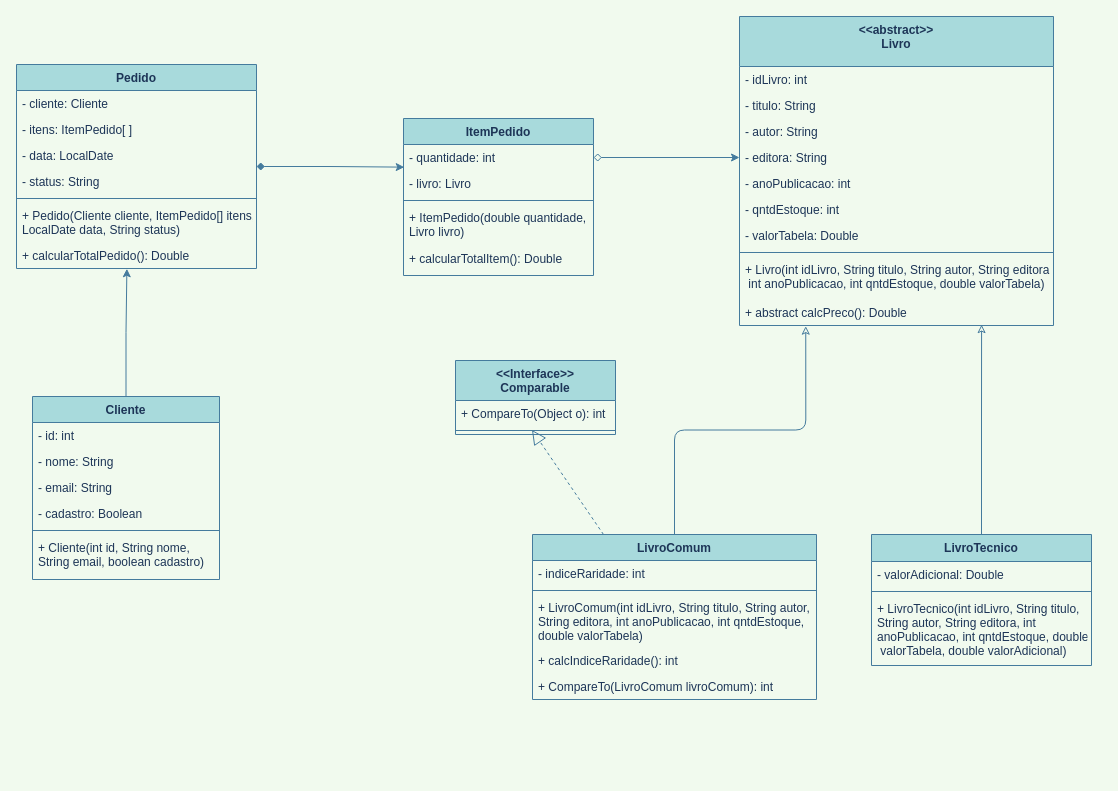
The draw.io diagram DiagramaUML/POO-Checkpoint-UML-Diagram.drawio in Silvanoeng/CheckpointPOO, before the edit. Source tidied: cells renumbered, new cells numbered last; positions are measured from the earlier drawing's top-left corner, leaving out a move shared by most shapes. Both pictures are drawn from the tidied source at 100%, with x=0, y=0 at pixel (16, 16).
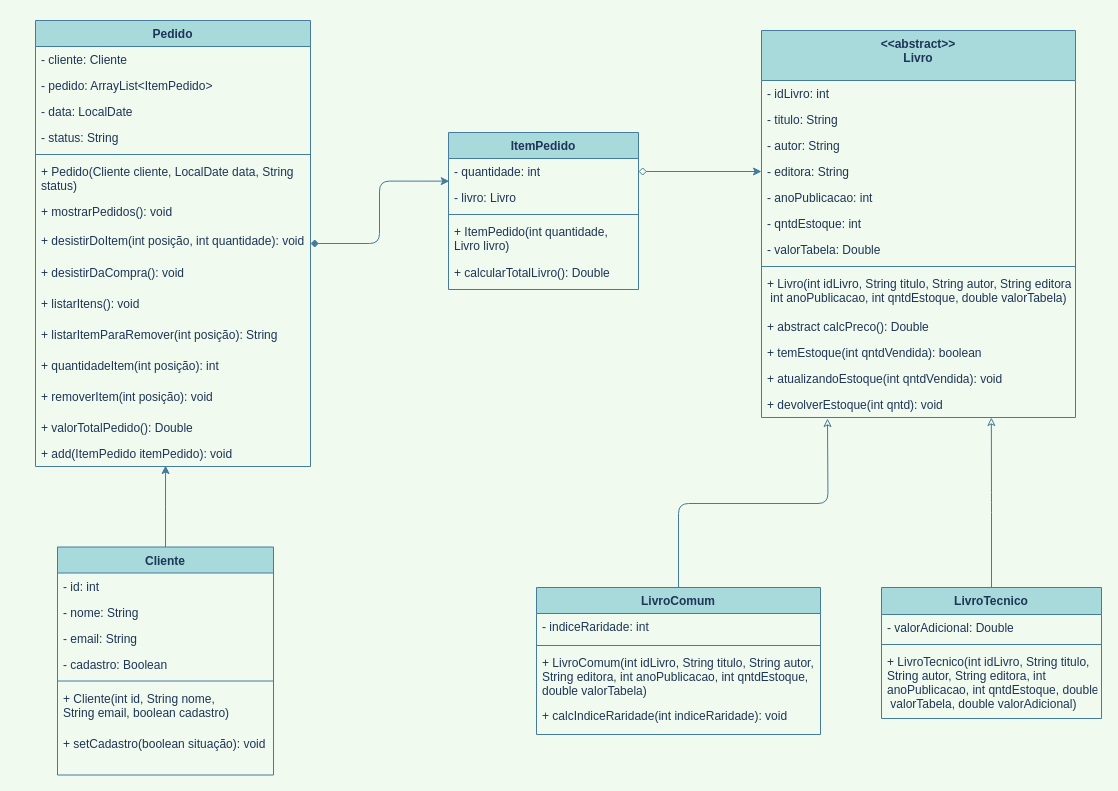
After the change.

Commit message (it also covers changes not shown here):
atualização UML

Unchanged cells that the change refers to:
```xml
<mxCell id="12" value="+ abstract calcPreco(): Double" style="text;strokeColor=none;fillColor=none;align=left;verticalAlign=top;spacingLeft=4;spacingRight=4;overflow=hidden;points=[[0,0.5],[1,0.5]];portConstraint=eastwest;fontColor=#1D3557;" parent="2" vertex="1">
  <mxGeometry y="283" width="314" height="26" as="geometry" />
</mxCell>
```

The edit, as a diff of the source:
```diff
@@
     <mxCell id="2" value="&lt;&lt;abstract&gt;&gt;&#10;Livro" style="swimlane;fontStyle=1;align=center;verticalAlign=top;horizontal=1;startSize=50;fillColor=#A8DADC;strokeColor=#457B9D;fontColor=#1D3557;" parent="1" vertex="1">
-      <mxGeometry x="723" width="314" height="309" as="geometry" />
+      <mxGeometry x="745" y="14" width="314" height="387" as="geometry" />
     </mxCell>
@@
+    <mxCell id="53" value="+ temEstoque(int qntdVendida): boolean" style="text;strokeColor=none;fillColor=none;align=left;verticalAlign=top;spacingLeft=4;spacingRight=4;overflow=hidden;fontColor=#1D3557;" parent="2" vertex="1">
+      <mxGeometry y="309" width="314" height="26" as="geometry" />
+    </mxCell>
+    <mxCell id="54" value="+ atualizandoEstoque(int qntdVendida): void" style="text;strokeColor=none;fillColor=none;align=left;verticalAlign=top;spacingLeft=4;spacingRight=4;overflow=hidden;fontColor=#1D3557;" parent="2" vertex="1">
+      <mxGeometry y="335" width="314" height="26" as="geometry" />
+    </mxCell>
+    <mxCell id="55" value="+ devolverEstoque(int qntd): void" style="text;strokeColor=none;fillColor=none;align=left;verticalAlign=top;spacingLeft=4;spacingRight=4;overflow=hidden;points=[[0,0.5],[1,0.5]];portConstraint=eastwest;fontColor=#1D3557;" parent="2" vertex="1">
+      <mxGeometry y="361" width="314" height="26" as="geometry" />
+    </mxCell>
     <mxCell id="13" value="Cliente" style="swimlane;fontStyle=1;align=center;verticalAlign=top;horizontal=1;startSize=26;fillColor=#A8DADC;strokeColor=#457B9D;fontColor=#1D3557;" parent="1" vertex="1">
-      <mxGeometry x="16" y="380" width="187" height="183" as="geometry" />
+      <mxGeometry x="41" y="530.5" width="216" height="228" as="geometry" />
     </mxCell>
     <mxCell id="14" value="- id: int" style="text;strokeColor=none;fillColor=none;align=left;verticalAlign=top;spacingLeft=4;spacingRight=4;overflow=hidden;fontColor=#1D3557;" parent="13" vertex="1">
-      <mxGeometry y="26" width="187" height="26" as="geometry" />
+      <mxGeometry y="26" width="216" height="26" as="geometry" />
     </mxCell>
     <mxCell id="15" value="- nome: String" style="text;strokeColor=none;fillColor=none;align=left;verticalAlign=top;spacingLeft=4;spacingRight=4;overflow=hidden;fontColor=#1D3557;" parent="13" vertex="1">
-      <mxGeometry y="52" width="187" height="26" as="geometry" />
+      <mxGeometry y="52" width="216" height="26" as="geometry" />
     </mxCell>
     <mxCell id="16" value="- email: String" style="text;strokeColor=none;fillColor=none;align=left;verticalAlign=top;spacingLeft=4;spacingRight=4;overflow=hidden;fontColor=#1D3557;" parent="13" vertex="1">
-      <mxGeometry y="78" width="187" height="26" as="geometry" />
+      <mxGeometry y="78" width="216" height="26" as="geometry" />
     </mxCell>
     <mxCell id="17" value="- cadastro: Boolean" style="text;strokeColor=none;fillColor=none;align=left;verticalAlign=top;spacingLeft=4;spacingRight=4;overflow=hidden;fontColor=#1D3557;" parent="13" vertex="1">
-      <mxGeometry y="104" width="187" height="26" as="geometry" />
+      <mxGeometry y="104" width="216" height="26" as="geometry" />
     </mxCell>
     <mxCell id="18" style="line;strokeWidth=1;fillColor=none;align=left;verticalAlign=middle;spacingTop=-1;spacingLeft=3;spacingRight=3;labelPosition=right;labelBackgroundColor=#F1FAEE;strokeColor=#457B9D;fontColor=#1D3557;" parent="13" vertex="1">
-      <mxGeometry y="130" width="187" height="8" as="geometry" />
+      <mxGeometry y="130" width="216" height="8" as="geometry" />
     </mxCell>
     <mxCell id="19" value="+ Cliente(int id, String nome, &#10;String email, boolean cadastro)" style="text;strokeColor=none;fillColor=none;align=left;verticalAlign=top;spacingLeft=4;spacingRight=4;overflow=hidden;fontColor=#1D3557;" parent="13" vertex="1">
-      <mxGeometry y="138" width="187" height="45" as="geometry" />
+      <mxGeometry y="138" width="216" height="45" as="geometry" />
     </mxCell>
+    <mxCell id="56" value="+ setCadastro(boolean situação): void" style="text;strokeColor=none;fillColor=none;align=left;verticalAlign=top;spacingLeft=4;spacingRight=4;overflow=hidden;fontColor=#1D3557;" parent="13" vertex="1">
+      <mxGeometry y="183" width="216" height="45" as="geometry" />
+    </mxCell>
-    <mxCell id="20" style="edgeStyle=orthogonalEdgeStyle;rounded=0;jettySize=auto;html=1;entryX=0.46;entryY=1.011;entryDx=0;entryDy=0;entryPerimeter=0;endArrow=classic;endFill=1;exitX=0.5;exitY=0;exitDx=0;exitDy=0;labelBackgroundColor=#F1FAEE;strokeColor=#457B9D;fontColor=#1D3557;" parent="1" edge="1" source="13" target="29">
+    <mxCell id="20" style="edgeStyle=orthogonalEdgeStyle;rounded=0;jettySize=auto;html=1;entryX=0.473;entryY=0.962;entryDx=0;entryDy=0;entryPerimeter=0;endArrow=classic;endFill=1;exitX=0.5;exitY=0;exitDx=0;exitDy=0;labelBackgroundColor=#F1FAEE;strokeColor=#457B9D;fontColor=#1D3557;" parent="1" edge="1" source="13" target="64">
       <mxGeometry relative="1" as="geometry" />
     </mxCell>
@@
     <mxCell id="22" value="Pedido" style="swimlane;fontStyle=1;align=center;verticalAlign=top;horizontal=1;startSize=26;fillColor=#A8DADC;strokeColor=#457B9D;fontColor=#1D3557;" parent="1" vertex="1">
-      <mxGeometry y="48" width="240" height="204" as="geometry" />
+      <mxGeometry x="19" y="4" width="275" height="446" as="geometry" />
     </mxCell>
     <mxCell id="23" value="- cliente: Cliente" style="text;strokeColor=none;fillColor=none;align=left;verticalAlign=top;spacingLeft=4;spacingRight=4;overflow=hidden;fontColor=#1D3557;" parent="22" vertex="1">
-      <mxGeometry y="26" width="240" height="26" as="geometry" />
+      <mxGeometry y="26" width="275" height="26" as="geometry" />
     </mxCell>
-    <mxCell id="24" value="- itens: ItemPedido[ ]" style="text;strokeColor=none;fillColor=none;align=left;verticalAlign=top;spacingLeft=4;spacingRight=4;overflow=hidden;fontColor=#1D3557;" parent="22" vertex="1">
-      <mxGeometry y="52" width="240" height="26" as="geometry" />
+    <mxCell id="24" value="- pedido: ArrayList&lt;ItemPedido&gt;" style="text;strokeColor=none;fillColor=none;align=left;verticalAlign=top;spacingLeft=4;spacingRight=4;overflow=hidden;fontColor=#1D3557;" parent="22" vertex="1">
+      <mxGeometry y="52" width="275" height="26" as="geometry" />
     </mxCell>
     <mxCell id="25" value="- data: LocalDate" style="text;strokeColor=none;fillColor=none;align=left;verticalAlign=top;spacingLeft=4;spacingRight=4;overflow=hidden;fontColor=#1D3557;" parent="22" vertex="1">
-      <mxGeometry y="78" width="240" height="26" as="geometry" />
+      <mxGeometry y="78" width="275" height="26" as="geometry" />
     </mxCell>
     <mxCell id="26" value="- status: String" style="text;strokeColor=none;fillColor=none;align=left;verticalAlign=top;spacingLeft=4;spacingRight=4;overflow=hidden;fontColor=#1D3557;" parent="22" vertex="1">
-      <mxGeometry y="104" width="240" height="26" as="geometry" />
+      <mxGeometry y="104" width="275" height="26" as="geometry" />
     </mxCell>
     <mxCell id="27" style="line;strokeWidth=1;fillColor=none;align=left;verticalAlign=middle;spacingTop=-1;spacingLeft=3;spacingRight=3;labelPosition=right;labelBackgroundColor=#F1FAEE;strokeColor=#457B9D;fontColor=#1D3557;" parent="22" vertex="1">
-      <mxGeometry y="130" width="240" height="8" as="geometry" />
+      <mxGeometry y="130" width="275" height="8" as="geometry" />
     </mxCell>
-    <mxCell id="28" value="+ Pedido(Cliente cliente, ItemPedido[] itens, &#10;LocalDate data, String status)" style="text;strokeColor=none;fillColor=none;align=left;verticalAlign=top;spacingLeft=4;spacingRight=4;overflow=hidden;fontColor=#1D3557;" parent="22" vertex="1">
-      <mxGeometry y="138" width="240" height="40" as="geometry" />
+    <mxCell id="28" value="+ Pedido(Cliente cliente, LocalDate data, String &#10;status)" style="text;strokeColor=none;fillColor=none;align=left;verticalAlign=top;spacingLeft=4;spacingRight=4;overflow=hidden;fontColor=#1D3557;" parent="22" vertex="1">
+      <mxGeometry y="138" width="275" height="40" as="geometry" />
     </mxCell>
+    <mxCell id="57" value="+ mostrarPedidos(): void" style="text;strokeColor=none;fillColor=none;align=left;verticalAlign=top;spacingLeft=4;spacingRight=4;overflow=hidden;fontColor=#1D3557;" parent="22" vertex="1">
+      <mxGeometry y="178" width="275" height="29" as="geometry" />
+    </mxCell>
+    <mxCell id="58" value="+ desistirDoItem(int posição, int quantidade): void" style="text;strokeColor=none;fillColor=none;align=left;verticalAlign=top;spacingLeft=4;spacingRight=4;overflow=hidden;fontColor=#1D3557;" parent="22" vertex="1">
+      <mxGeometry y="207" width="275" height="32" as="geometry" />
+    </mxCell>
+    <mxCell id="59" value="+ desistirDaCompra(): void" style="text;strokeColor=none;fillColor=none;align=left;verticalAlign=top;spacingLeft=4;spacingRight=4;overflow=hidden;fontColor=#1D3557;" parent="22" vertex="1">
+      <mxGeometry y="239" width="275" height="31" as="geometry" />
+    </mxCell>
+    <mxCell id="60" value="+ listarItens(): void" style="text;strokeColor=none;fillColor=none;align=left;verticalAlign=top;spacingLeft=4;spacingRight=4;overflow=hidden;fontColor=#1D3557;" parent="22" vertex="1">
+      <mxGeometry y="270" width="275" height="31" as="geometry" />
+    </mxCell>
+    <mxCell id="61" value="+ listarItemParaRemover(int posição): String" style="text;strokeColor=none;fillColor=none;align=left;verticalAlign=top;spacingLeft=4;spacingRight=4;overflow=hidden;fontColor=#1D3557;" parent="22" vertex="1">
+      <mxGeometry y="301" width="275" height="31" as="geometry" />
+    </mxCell>
+    <mxCell id="62" value="+ quantidadeItem(int posição): int" style="text;strokeColor=none;fillColor=none;align=left;verticalAlign=top;spacingLeft=4;spacingRight=4;overflow=hidden;fontColor=#1D3557;" parent="22" vertex="1">
+      <mxGeometry y="332" width="275" height="31" as="geometry" />
+    </mxCell>
+    <mxCell id="63" value="+ removerItem(int posição): void" style="text;strokeColor=none;fillColor=none;align=left;verticalAlign=top;spacingLeft=4;spacingRight=4;overflow=hidden;fontColor=#1D3557;" parent="22" vertex="1">
+      <mxGeometry y="363" width="275" height="31" as="geometry" />
+    </mxCell>
-    <mxCell id="29" value="+ calcularTotalPedido(): Double" style="text;strokeColor=none;fillColor=none;align=left;verticalAlign=top;spacingLeft=4;spacingRight=4;overflow=hidden;points=[[0,0.5],[1,0.5]];portConstraint=eastwest;fontColor=#1D3557;" parent="22" vertex="1">
-      <mxGeometry y="178" width="240" height="26" as="geometry" />
+    <mxCell id="29" value="+ valorTotalPedido(): Double" style="text;strokeColor=none;fillColor=none;align=left;verticalAlign=top;spacingLeft=4;spacingRight=4;overflow=hidden;points=[[0,0.5],[1,0.5]];portConstraint=eastwest;fontColor=#1D3557;" parent="22" vertex="1">
+      <mxGeometry y="394" width="275" height="26" as="geometry" />
     </mxCell>
+    <mxCell id="64" value="+ add(ItemPedido itemPedido): void" style="text;strokeColor=none;fillColor=none;align=left;verticalAlign=top;spacingLeft=4;spacingRight=4;overflow=hidden;points=[[0,0.5],[1,0.5]];portConstraint=eastwest;fontColor=#1D3557;" parent="22" vertex="1">
+      <mxGeometry y="420" width="275" height="26" as="geometry" />
+    </mxCell>
-    <mxCell id="30" style="edgeStyle=orthogonalEdgeStyle;curved=0;rounded=1;sketch=0;jettySize=auto;html=1;entryX=0.211;entryY=1.026;entryDx=0;entryDy=0;entryPerimeter=0;fontColor=#1D3557;startArrow=none;startFill=0;endArrow=classic;endFill=0;strokeColor=#457B9D;fillColor=#A8DADC;" parent="1" edge="1" source="31" target="12">
-      <mxGeometry relative="1" as="geometry" />
+    <mxCell id="30" style="edgeStyle=orthogonalEdgeStyle;curved=0;rounded=1;sketch=0;jettySize=auto;html=1;fontColor=#1D3557;startArrow=none;startFill=0;endArrow=classic;endFill=0;strokeColor=#457B9D;fillColor=#A8DADC;exitX=0.5;exitY=0;exitDx=0;exitDy=0;" parent="1" edge="1" source="31">
+      <mxGeometry relative="1" as="geometry">
+        <mxPoint x="811" y="402" as="targetPoint" />
+      </mxGeometry>
     </mxCell>
     <mxCell id="31" value="LivroComum" style="swimlane;fontStyle=1;align=center;verticalAlign=top;horizontal=1;startSize=26;fillColor=#A8DADC;strokeColor=#457B9D;fontColor=#1D3557;" parent="1" vertex="1">
-      <mxGeometry x="516" y="518" width="284" height="165" as="geometry" />
+      <mxGeometry x="520" y="571" width="284" height="147" as="geometry" />
     </mxCell>
     <mxCell id="32" value="- indiceRaridade: int" style="text;strokeColor=none;fillColor=none;align=left;verticalAlign=top;spacingLeft=4;spacingRight=4;overflow=hidden;fontColor=#1D3557;" parent="31" vertex="1">
-      <mxGeometry y="26" width="284" height="26" as="geometry" />
+      <mxGeometry y="26" width="284" height="28" as="geometry" />
     </mxCell>
     <mxCell id="33" style="line;strokeWidth=1;fillColor=none;align=left;verticalAlign=middle;spacingTop=-1;spacingLeft=3;spacingRight=3;labelPosition=right;labelBackgroundColor=#F1FAEE;strokeColor=#457B9D;fontColor=#1D3557;" parent="31" vertex="1">
-      <mxGeometry y="52" width="284" height="8" as="geometry" />
+      <mxGeometry y="54" width="284" height="8" as="geometry" />
     </mxCell>
     <mxCell id="34" value="+ LivroComum(int idLivro, String titulo, String autor, &#10;String editora, int anoPublicacao, int qntdEstoque, &#10;double valorTabela)" style="text;strokeColor=none;fillColor=none;align=left;verticalAlign=top;spacingLeft=4;spacingRight=4;overflow=hidden;fontColor=#1D3557;" parent="31" vertex="1">
-      <mxGeometry y="60" width="284" height="53" as="geometry" />
+      <mxGeometry y="62" width="284" height="53" as="geometry" />
     </mxCell>
-    <mxCell id="35" value="+ calcIndiceRaridade(): int" style="text;strokeColor=none;fillColor=none;align=left;verticalAlign=top;spacingLeft=4;spacingRight=4;overflow=hidden;fontColor=#1D3557;" parent="31" vertex="1">
-      <mxGeometry y="113" width="284" height="26" as="geometry" />
-    </mxCell>
-    <mxCell id="36" value="+ CompareTo(LivroComum livroComum): int" style="text;strokeColor=none;fillColor=none;align=left;verticalAlign=top;spacingLeft=4;spacingRight=4;overflow=hidden;fontColor=#1D3557;" parent="31" vertex="1">
-      <mxGeometry y="139" width="284" height="26" as="geometry" />
-    </mxCell>
-    <mxCell id="37" value="&lt;&lt;Interface&gt;&gt;&#10;Comparable" style="swimlane;fontStyle=1;align=center;verticalAlign=top;horizontal=1;startSize=40;fillColor=#A8DADC;strokeColor=#457B9D;fontColor=#1D3557;" parent="1" vertex="1">
-      <mxGeometry x="439" y="344" width="160" height="74" as="geometry" />
-    </mxCell>
-    <mxCell id="38" value="+ CompareTo(Object o): int" style="text;strokeColor=none;fillColor=none;align=left;verticalAlign=top;spacingLeft=4;spacingRight=4;overflow=hidden;fontColor=#1D3557;" parent="37" vertex="1">
-      <mxGeometry y="40" width="160" height="26" as="geometry" />
-    </mxCell>
-    <mxCell id="39" style="line;strokeWidth=1;fillColor=none;align=left;verticalAlign=middle;spacingTop=-1;spacingLeft=3;spacingRight=3;labelPosition=right;points=[];portConstraint=eastwest;labelBackgroundColor=#F1FAEE;strokeColor=#457B9D;fontColor=#1D3557;" parent="37" vertex="1">
-      <mxGeometry y="66" width="160" height="8" as="geometry" />
-    </mxCell>
-    <mxCell id="40" style="endArrow=block;dashed=1;endFill=0;endSize=12;html=1;labelBackgroundColor=#F1FAEE;strokeColor=#457B9D;fontColor=#1D3557;entryX=0.478;entryY=0.434;entryDx=0;entryDy=0;entryPerimeter=0;exitX=0.25;exitY=0;exitDx=0;exitDy=0;" parent="1" edge="1" source="31" target="39">
-      <mxGeometry relative="1" as="geometry" />
-    </mxCell>
+    <mxCell id="65" value="+ calcIndiceRaridade(int indiceRaridade): void" style="text;strokeColor=none;fillColor=none;align=left;verticalAlign=top;spacingLeft=4;spacingRight=4;overflow=hidden;fontColor=#1D3557;" parent="31" vertex="1">
+      <mxGeometry y="115" width="284" height="32" as="geometry" />
+    </mxCell>
     <mxCell id="41" value="ItemPedido" style="swimlane;fontStyle=1;align=center;verticalAlign=top;horizontal=1;startSize=26;fillColor=#A8DADC;strokeColor=#457B9D;fontColor=#1D3557;" parent="1" vertex="1">
-      <mxGeometry x="387" y="102" width="190" height="157" as="geometry" />
+      <mxGeometry x="432" y="116" width="190" height="157" as="geometry" />
     </mxCell>
@@
-    <mxCell id="45" value="+ ItemPedido(double quantidade, &#10;Livro livro)" style="text;strokeColor=none;fillColor=none;align=left;verticalAlign=top;spacingLeft=4;spacingRight=4;overflow=hidden;fontColor=#1D3557;" parent="41" vertex="1">
+    <mxCell id="45" value="+ ItemPedido(int quantidade, &#10;Livro livro)" style="text;strokeColor=none;fillColor=none;align=left;verticalAlign=top;spacingLeft=4;spacingRight=4;overflow=hidden;fontColor=#1D3557;" parent="41" vertex="1">
       <mxGeometry y="86" width="190" height="41" as="geometry" />
     </mxCell>
-    <mxCell id="46" value="+ calcularTotalItem(): Double" style="text;strokeColor=none;fillColor=none;align=left;verticalAlign=top;spacingLeft=4;spacingRight=4;overflow=hidden;fontColor=#1D3557;" parent="41" vertex="1">
+    <mxCell id="46" value="+ calcularTotalLivro(): Double" style="text;strokeColor=none;fillColor=none;align=left;verticalAlign=top;spacingLeft=4;spacingRight=4;overflow=hidden;fontColor=#1D3557;" parent="41" vertex="1">
       <mxGeometry y="127" width="190" height="30" as="geometry" />
     </mxCell>
@@
-    <mxCell id="48" style="edgeStyle=orthogonalEdgeStyle;curved=0;rounded=1;sketch=0;jettySize=auto;html=1;entryX=0.771;entryY=0.968;entryDx=0;entryDy=0;entryPerimeter=0;fontColor=#1D3557;startArrow=none;startFill=0;strokeColor=#457B9D;fillColor=#A8DADC;endArrow=classic;endFill=0;" parent="1" edge="1" source="49" target="12">
+    <mxCell id="48" style="edgeStyle=orthogonalEdgeStyle;curved=0;rounded=1;sketch=0;jettySize=auto;html=1;entryX=0.732;entryY=1;entryDx=0;entryDy=0;entryPerimeter=0;fontColor=#1D3557;startArrow=none;startFill=0;strokeColor=#457B9D;fillColor=#A8DADC;endArrow=classic;endFill=0;" parent="1" edge="1" source="49" target="55">
       <mxGeometry relative="1" as="geometry" />
     </mxCell>
     <mxCell id="49" value="LivroTecnico" style="swimlane;fontStyle=1;align=center;verticalAlign=top;horizontal=1;startSize=27;fillColor=#A8DADC;strokeColor=#457B9D;fontColor=#1D3557;" parent="1" vertex="1">
-      <mxGeometry x="855" y="518" width="220" height="131" as="geometry" />
+      <mxGeometry x="865" y="571" width="220" height="131" as="geometry" />
     </mxCell>
```
